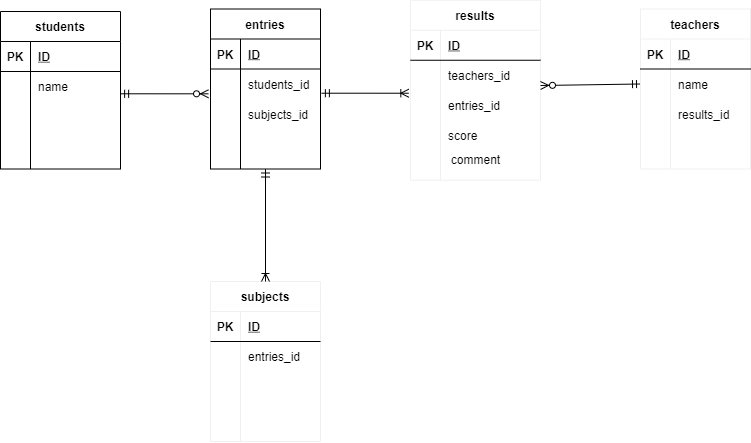
Before: index.drawio.png, a diagram exported from draw.io (Rise-K/coachtech-db-practice). Source tidied: cells renumbered, new cells last; positions are measured from the earlier drawing's top-left corner, leaving out a move shared by most shapes.
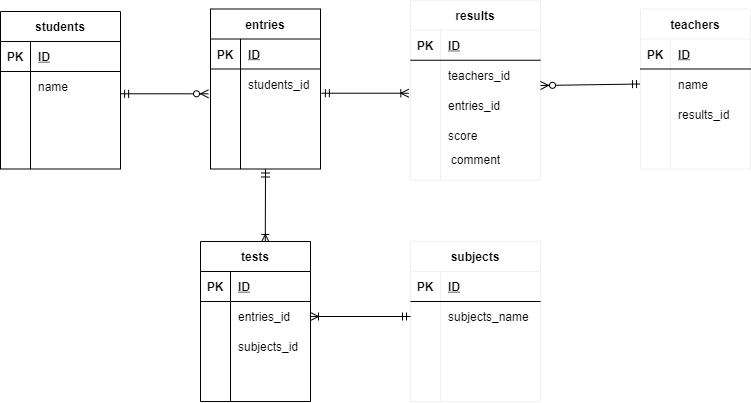
After the change.

Commit message:
中間テーブルの追加

Change to the diagram source:
```diff
@@ -71,7 +71,7 @@
     <mxCell id="24" style="shape=partialRectangle;fillColor=none;top=0;left=0;bottom=0;right=0;overflow=hidden;" parent="23" vertex="1">
       <mxGeometry width="30" height="30" as="geometry" />
     </mxCell>
-    <mxCell id="25" value="subjects_id" style="shape=partialRectangle;fillColor=none;top=0;left=0;bottom=0;right=0;align=left;spacingLeft=6;overflow=hidden;" parent="23" vertex="1">
+    <mxCell id="25" style="shape=partialRectangle;fillColor=none;top=0;left=0;bottom=0;right=0;align=left;spacingLeft=6;overflow=hidden;" parent="23" vertex="1">
       <mxGeometry x="30" width="80" height="30" as="geometry" />
     </mxCell>
     <mxCell id="26" style="shape=partialRectangle;fillColor=none;top=0;left=0;bottom=0;right=0;" parent="16" vertex="1">
@@ -170,49 +170,91 @@
       <mxGeometry x="30" width="80" height="30" as="geometry" />
     </mxCell>
     <mxCell id="57" value="subjects" style="shape=table;startSize=30;rowLines=0;fontStyle=1;align=center;strokeColor=#f0f0f0;" parent="1" vertex="1">
-      <mxGeometry x="210" y="281" width="110" height="160" as="geometry" />
+      <mxGeometry x="410" y="241" width="130" height="160" as="geometry" />
     </mxCell>
     <mxCell id="58" style="shape=partialRectangle;fillColor=none;top=0;left=0;bottom=1;right=0;" parent="57" vertex="1">
-      <mxGeometry y="30" width="110" height="30" as="geometry" />
+      <mxGeometry y="30" width="130" height="30" as="geometry" />
     </mxCell>
     <mxCell id="59" value="PK" style="shape=partialRectangle;fillColor=none;top=0;left=0;bottom=0;right=0;fontStyle=1;overflow=hidden;" parent="58" vertex="1">
       <mxGeometry width="30" height="30" as="geometry" />
     </mxCell>
     <mxCell id="60" value="ID" style="shape=partialRectangle;fillColor=none;top=0;left=0;bottom=0;right=0;align=left;spacingLeft=6;fontStyle=5;overflow=hidden;" parent="58" vertex="1">
-      <mxGeometry x="30" width="80" height="30" as="geometry" />
+      <mxGeometry x="30" width="100" height="30" as="geometry" />
     </mxCell>
     <mxCell id="61" style="shape=partialRectangle;fillColor=none;top=0;left=0;bottom=0;right=0;points=[[0,0.5],[1,0.5]];portConstraint=eastwest;" parent="57" vertex="1">
-      <mxGeometry y="60" width="110" height="30" as="geometry" />
+      <mxGeometry y="60" width="130" height="30" as="geometry" />
     </mxCell>
     <mxCell id="62" style="shape=partialRectangle;fillColor=none;top=0;left=0;bottom=0;right=0;overflow=hidden;" parent="61" vertex="1">
       <mxGeometry width="30" height="30" as="geometry" />
     </mxCell>
-    <mxCell id="63" value="entries_id" style="shape=partialRectangle;fillColor=none;top=0;left=0;bottom=0;right=0;align=left;spacingLeft=6;overflow=hidden;" parent="61" vertex="1">
-      <mxGeometry x="30" width="80" height="30" as="geometry" />
+    <mxCell id="63" value="subjects_name" style="shape=partialRectangle;fillColor=none;top=0;left=0;bottom=0;right=0;align=left;spacingLeft=6;overflow=hidden;" parent="61" vertex="1">
+      <mxGeometry x="30" width="100" height="30" as="geometry" />
     </mxCell>
     <mxCell id="64" style="shape=partialRectangle;fillColor=none;top=0;left=0;bottom=0;right=0;" parent="57" vertex="1">
-      <mxGeometry y="90" width="110" height="30" as="geometry" />
+      <mxGeometry y="90" width="130" height="30" as="geometry" />
     </mxCell>
     <mxCell id="65" style="shape=partialRectangle;fillColor=none;top=0;left=0;bottom=0;right=0;overflow=hidden;" parent="64" vertex="1">
       <mxGeometry width="30" height="30" as="geometry" />
     </mxCell>
     <mxCell id="66" style="shape=partialRectangle;fillColor=none;top=0;left=0;bottom=0;right=0;align=left;spacingLeft=6;overflow=hidden;" parent="64" vertex="1">
-      <mxGeometry x="30" width="80" height="30" as="geometry" />
+      <mxGeometry x="30" width="100" height="30" as="geometry" />
     </mxCell>
     <mxCell id="67" style="shape=partialRectangle;fillColor=none;top=0;left=0;bottom=0;right=0;" parent="57" vertex="1">
-      <mxGeometry y="120" width="110" height="30" as="geometry" />
+      <mxGeometry y="120" width="130" height="30" as="geometry" />
     </mxCell>
     <mxCell id="68" style="shape=partialRectangle;fillColor=none;top=0;left=0;bottom=0;right=0;overflow=hidden;" parent="67" vertex="1">
       <mxGeometry width="30" height="30" as="geometry" />
     </mxCell>
     <mxCell id="69" style="shape=partialRectangle;fillColor=none;top=0;left=0;bottom=0;right=0;align=left;spacingLeft=6;overflow=hidden;" parent="67" vertex="1">
-      <mxGeometry x="30" width="80" height="30" as="geometry" />
+      <mxGeometry x="30" width="100" height="30" as="geometry" />
     </mxCell>
-    <mxCell id="70" style="fontSize=12;html=1;endArrow=ERoneToMany;startArrow=ERmandOne;exitX=0.5;exitY=1;exitDx=0;exitDy=0;entryX=0.5;entryY=0;entryDx=0;entryDy=0;" parent="1" edge="1" source="16" target="57">
+    <mxCell id="70" style="fontSize=12;html=1;endArrow=ERoneToMany;startArrow=ERmandOne;exitX=0.5;exitY=1;exitDx=0;exitDy=0;entryX=0.589;entryY=0.006;entryDx=0;entryDy=0;entryPerimeter=0;" parent="1" edge="1" source="16" target="72">
       <mxGeometry relative="1" as="geometry" />
     </mxCell>
     <mxCell id="71" style="fontSize=12;html=1;endArrow=ERoneToMany;startArrow=ERmandOne;entryX=-0.013;entryY=0.099;entryDx=0;entryDy=0;entryPerimeter=0;exitX=1.008;exitY=0.807;exitDx=0;exitDy=0;exitPerimeter=0;" parent="1" edge="1" source="20" target="36">
       <mxGeometry relative="1" as="geometry" />
     </mxCell>
+    <mxCell id="72" value="tests" style="shape=table;startSize=30;rowLines=0;fontStyle=1;align=center;" parent="1" vertex="1">
+      <mxGeometry x="200" y="241" width="110" height="160" as="geometry" />
+    </mxCell>
+    <mxCell id="73" style="shape=partialRectangle;fillColor=none;top=0;left=0;bottom=1;right=0;" parent="72" vertex="1">
+      <mxGeometry y="30" width="110" height="30" as="geometry" />
+    </mxCell>
+    <mxCell id="74" value="PK" style="shape=partialRectangle;fillColor=none;top=0;left=0;bottom=0;right=0;fontStyle=1;overflow=hidden;" parent="73" vertex="1">
+      <mxGeometry width="30" height="30" as="geometry" />
+    </mxCell>
+    <mxCell id="75" value="ID" style="shape=partialRectangle;fillColor=none;top=0;left=0;bottom=0;right=0;align=left;spacingLeft=6;fontStyle=5;overflow=hidden;" parent="73" vertex="1">
+      <mxGeometry x="30" width="80" height="30" as="geometry" />
+    </mxCell>
+    <mxCell id="76" style="shape=partialRectangle;fillColor=none;top=0;left=0;bottom=0;right=0;points=[[0,0.5],[1,0.5]];portConstraint=eastwest;" parent="72" vertex="1">
+      <mxGeometry y="60" width="110" height="30" as="geometry" />
+    </mxCell>
+    <mxCell id="77" style="shape=partialRectangle;fillColor=none;top=0;left=0;bottom=0;right=0;overflow=hidden;" parent="76" vertex="1">
+      <mxGeometry width="30" height="30" as="geometry" />
+    </mxCell>
+    <mxCell id="78" value="entries_id" style="shape=partialRectangle;fillColor=none;top=0;left=0;bottom=0;right=0;align=left;spacingLeft=6;overflow=hidden;" parent="76" vertex="1">
+      <mxGeometry x="30" width="80" height="30" as="geometry" />
+    </mxCell>
+    <mxCell id="79" style="shape=partialRectangle;fillColor=none;top=0;left=0;bottom=0;right=0;" parent="72" vertex="1">
+      <mxGeometry y="90" width="110" height="30" as="geometry" />
+    </mxCell>
+    <mxCell id="80" style="shape=partialRectangle;fillColor=none;top=0;left=0;bottom=0;right=0;overflow=hidden;" parent="79" vertex="1">
+      <mxGeometry width="30" height="30" as="geometry" />
+    </mxCell>
+    <mxCell id="81" value="subjects_id" style="shape=partialRectangle;fillColor=none;top=0;left=0;bottom=0;right=0;align=left;spacingLeft=6;overflow=hidden;" parent="79" vertex="1">
+      <mxGeometry x="30" width="80" height="30" as="geometry" />
+    </mxCell>
+    <mxCell id="82" style="shape=partialRectangle;fillColor=none;top=0;left=0;bottom=0;right=0;" parent="72" vertex="1">
+      <mxGeometry y="120" width="110" height="30" as="geometry" />
+    </mxCell>
+    <mxCell id="83" style="shape=partialRectangle;fillColor=none;top=0;left=0;bottom=0;right=0;overflow=hidden;" parent="82" vertex="1">
+      <mxGeometry width="30" height="30" as="geometry" />
+    </mxCell>
+    <mxCell id="84" style="shape=partialRectangle;fillColor=none;top=0;left=0;bottom=0;right=0;align=left;spacingLeft=6;overflow=hidden;" parent="82" vertex="1">
+      <mxGeometry x="30" width="80" height="30" as="geometry" />
+    </mxCell>
+    <mxCell id="85" style="fontSize=12;html=1;endArrow=ERoneToMany;startArrow=ERmandOne;exitX=0;exitY=0.5;exitDx=0;exitDy=0;entryX=1;entryY=0.5;entryDx=0;entryDy=0;" parent="1" edge="1" source="61" target="76">
+      <mxGeometry relative="1" as="geometry" />
+    </mxCell>
   </root>
 </mxGraphModel>
```
